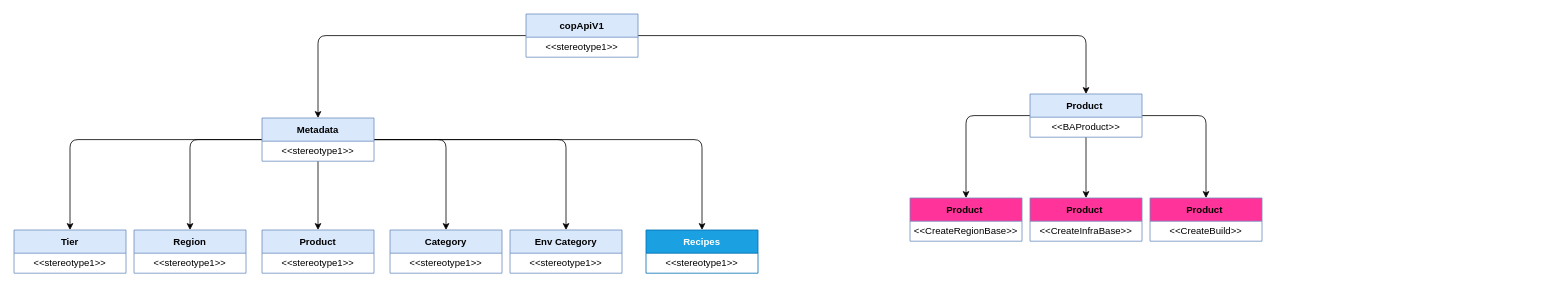
Earlier version of the draw.io diagram Doc/ModeloCop.drawio (bzGermanG/apiOperationOrchestrator). Source tidied: cells renumbered, new cells numbered last; positions are measured from the earlier drawing's top-left corner, leaving out a move shared by most shapes. Both pictures are drawn from the tidied source at 80%, with x=0, y=0 at pixel (14, 14).
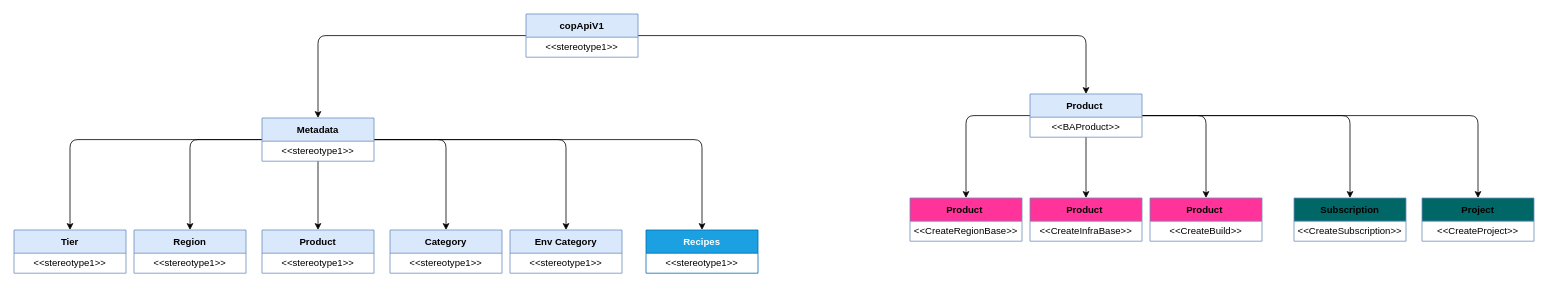
Above is the later version.

Unchanged cells that the change refers to:
```xml
<mxCell id="29" value="Product&amp;nbsp;" style="swimlane;fontStyle=1;align=center;verticalAlign=middle;horizontal=1;startSize=29;html=1;whiteSpace=wrap;fillColor=#dae8fc;strokeColor=#6c8ebf;" parent="1" vertex="1">
  <mxGeometry x="1270" y="100" width="140" height="54" as="geometry" />
</mxCell>
```

What changed in the source:
```diff
@@
+    <mxCell id="37" value="Subscription" style="swimlane;fontStyle=1;align=center;verticalAlign=middle;horizontal=1;startSize=29;html=1;whiteSpace=wrap;fillColor=#006666;strokeColor=#6c8ebf;" parent="1" vertex="1">
+      <mxGeometry x="1600" y="230" width="140" height="54" as="geometry" />
+    </mxCell>
+    <mxCell id="38" value="&amp;lt;&amp;lt;CreateSubscription&amp;gt;&amp;gt;" style="text;html=1;strokeColor=none;fillColor=none;align=center;verticalAlign=middle;spacingLeft=4;spacingRight=4;overflow=hidden;whiteSpace=wrap;" parent="37" vertex="1">
+      <mxGeometry y="29" width="140" height="25" as="geometry" />
+    </mxCell>
@@
+    <mxCell id="39" style="edgeStyle=orthogonalEdgeStyle;html=1;entryX=0.5;entryY=0;entryDx=0;entryDy=0;" parent="1" edge="1" source="29" target="37">
+      <mxGeometry relative="1" as="geometry" />
+    </mxCell>
+    <mxCell id="40" style="edgeStyle=orthogonalEdgeStyle;html=1;entryX=0.5;entryY=0;entryDx=0;entryDy=0;" parent="1" edge="1" source="29" target="41">
+      <mxGeometry relative="1" as="geometry" />
+    </mxCell>
@@
+    <mxCell id="41" value="Project" style="swimlane;fontStyle=1;align=center;verticalAlign=middle;horizontal=1;startSize=29;html=1;whiteSpace=wrap;fillColor=#006666;strokeColor=#6c8ebf;" parent="1" vertex="1">
+      <mxGeometry x="1760" y="230" width="140" height="54" as="geometry" />
+    </mxCell>
+    <mxCell id="42" value="&amp;lt;&amp;lt;CreateProject&amp;gt;&amp;gt;" style="text;html=1;strokeColor=none;fillColor=none;align=center;verticalAlign=middle;spacingLeft=4;spacingRight=4;overflow=hidden;whiteSpace=wrap;" parent="41" vertex="1">
+      <mxGeometry y="29" width="140" height="25" as="geometry" />
+    </mxCell>
```
